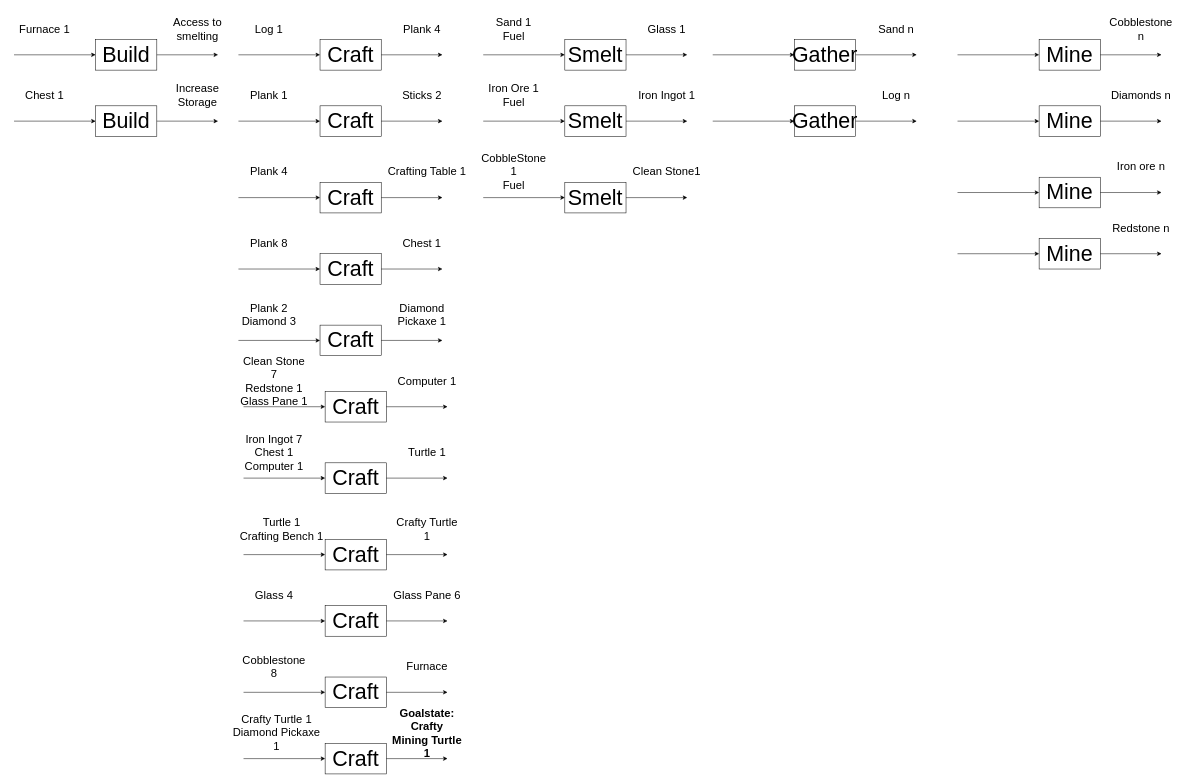
The draw.io diagram Domain.drawio in fyshg/Minecraft-AI-Planning, before the edit. Source tidied: cells renumbered, new cells numbered last; positions are measured from the earlier drawing's top-left corner, leaving out a move shared by most shapes. Both pictures are drawn from the tidied source at 51%, with x=0, y=0 at pixel (9, 9).
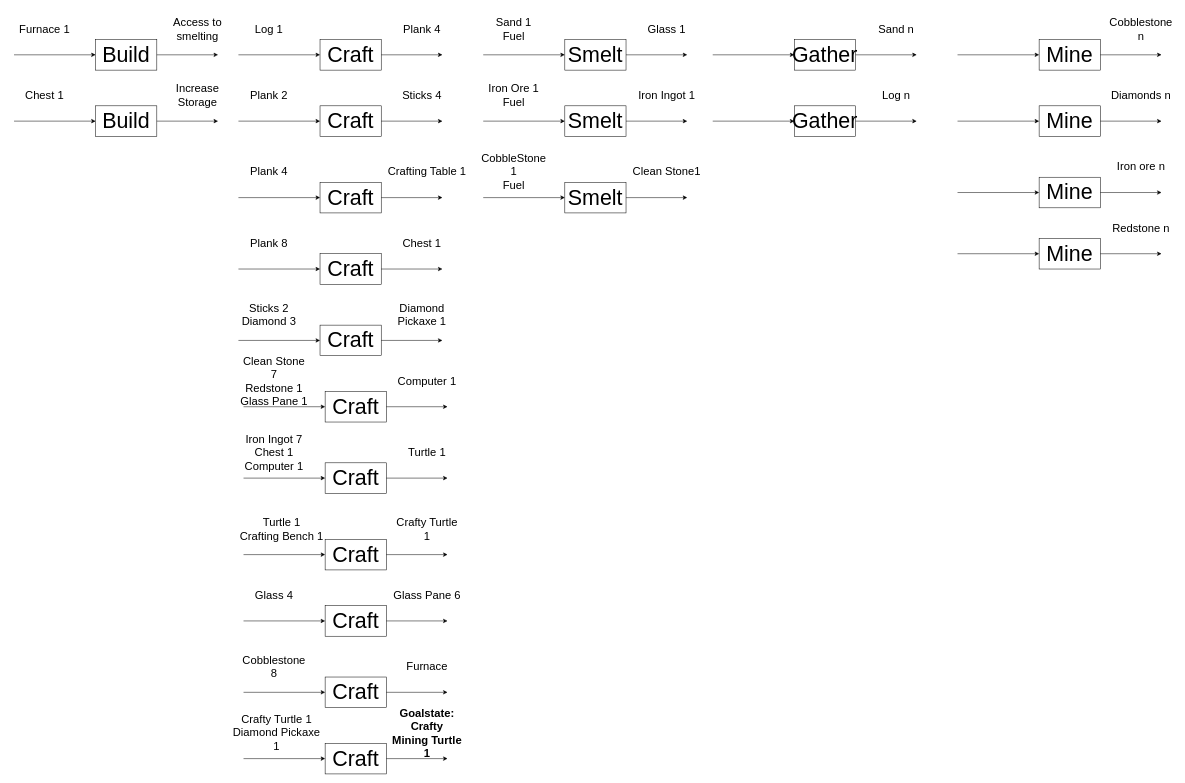
Above is the later version.

Unchanged cells that the change refers to:
```xml
<mxCell id="8" style="group;" parent="1" vertex="1">
  <mxGeometry x="440" y="130" width="440" height="120" as="geometry" />
</mxCell>
<mxCell id="26" style="group;" parent="1" vertex="1">
  <mxGeometry x="440" y="560" width="440" height="120" as="geometry" />
</mxCell>
```

What changed in the source:
```diff
@@
-    <mxCell id="12" value="&lt;p style=&quot;font-size: 22px&quot;&gt;&lt;font style=&quot;font-size: 22px&quot;&gt;Plank 1&lt;/font&gt;&lt;/p&gt;" style="text;html=1;strokeColor=none;fillColor=none;align=center;verticalAlign=middle;whiteSpace=wrap;rounded=0;fontFamily=Computer Modern;fontSize=22;" parent="8" vertex="1">
+    <mxCell id="12" value="&lt;p style=&quot;font-size: 22px&quot;&gt;&lt;font style=&quot;font-size: 22px&quot;&gt;Plank 2&lt;br&gt;&lt;/font&gt;&lt;/p&gt;" style="text;html=1;strokeColor=none;fillColor=none;align=center;verticalAlign=middle;whiteSpace=wrap;rounded=0;fontFamily=Computer Modern;fontSize=22;" parent="8" vertex="1">
       <mxGeometry width="140" height="80" as="geometry" />
     </mxCell>
-    <mxCell id="13" value="&lt;p style=&quot;font-size: 22px&quot;&gt;&lt;font style=&quot;font-size: 22px&quot;&gt;Sticks 2&lt;/font&gt;&lt;/p&gt;" style="text;html=1;strokeColor=none;fillColor=none;align=center;verticalAlign=middle;whiteSpace=wrap;rounded=0;fontFamily=Computer Modern;fontSize=22;" parent="8" vertex="1">
+    <mxCell id="13" value="&lt;p style=&quot;font-size: 22px&quot;&gt;&lt;font style=&quot;font-size: 22px&quot;&gt;Sticks 4&lt;br&gt;&lt;/font&gt;&lt;/p&gt;" style="text;html=1;strokeColor=none;fillColor=none;align=center;verticalAlign=middle;whiteSpace=wrap;rounded=0;fontFamily=Computer Modern;fontSize=22;" parent="8" vertex="1">
       <mxGeometry x="300" width="140" height="80" as="geometry" />
     </mxCell>
@@
-    <mxCell id="30" value="&lt;div&gt;Plank 2&lt;/div&gt;&lt;div&gt;Diamond 3&lt;br&gt;&lt;/div&gt;" style="text;html=1;strokeColor=none;fillColor=none;align=center;verticalAlign=middle;whiteSpace=wrap;rounded=0;fontFamily=Computer Modern;fontSize=22;" parent="26" vertex="1">
+    <mxCell id="30" value="&lt;div&gt;Sticks 2&lt;/div&gt;&lt;div&gt;Diamond 3&lt;br&gt;&lt;/div&gt;" style="text;html=1;strokeColor=none;fillColor=none;align=center;verticalAlign=middle;whiteSpace=wrap;rounded=0;fontFamily=Computer Modern;fontSize=22;" parent="26" vertex="1">
       <mxGeometry width="140" height="80" as="geometry" />
     </mxCell>
```
